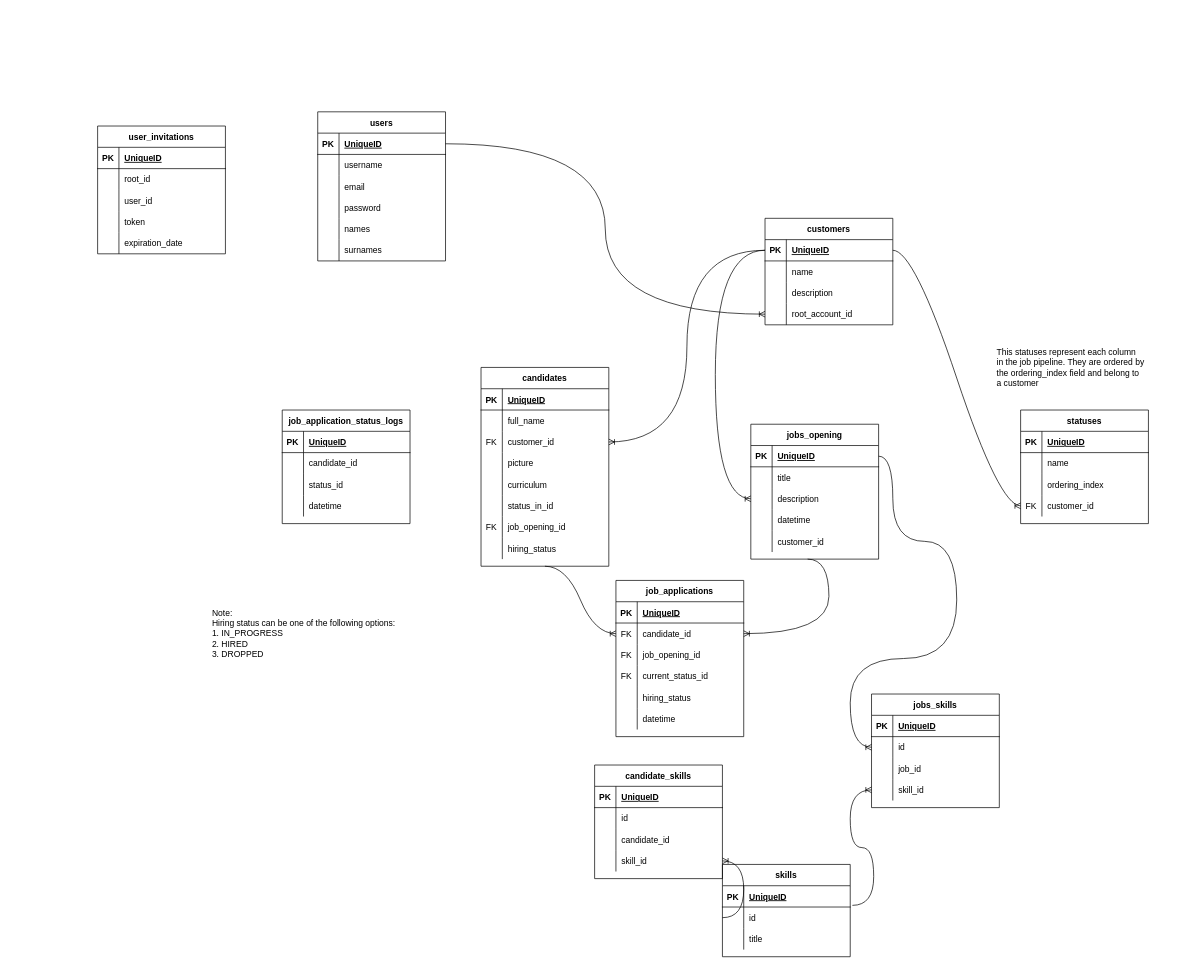
Before: Data Structure.drawio in choucoder/multi-tenant-ats, a draw.io diagram. Source tidied: cells renumbered, new cells numbered last; positions are measured from the earlier drawing's top-left corner, leaving out a move shared by most shapes. Both pictures are drawn from the tidied source at 71%, with x=0, y=0 at pixel (97, 111).
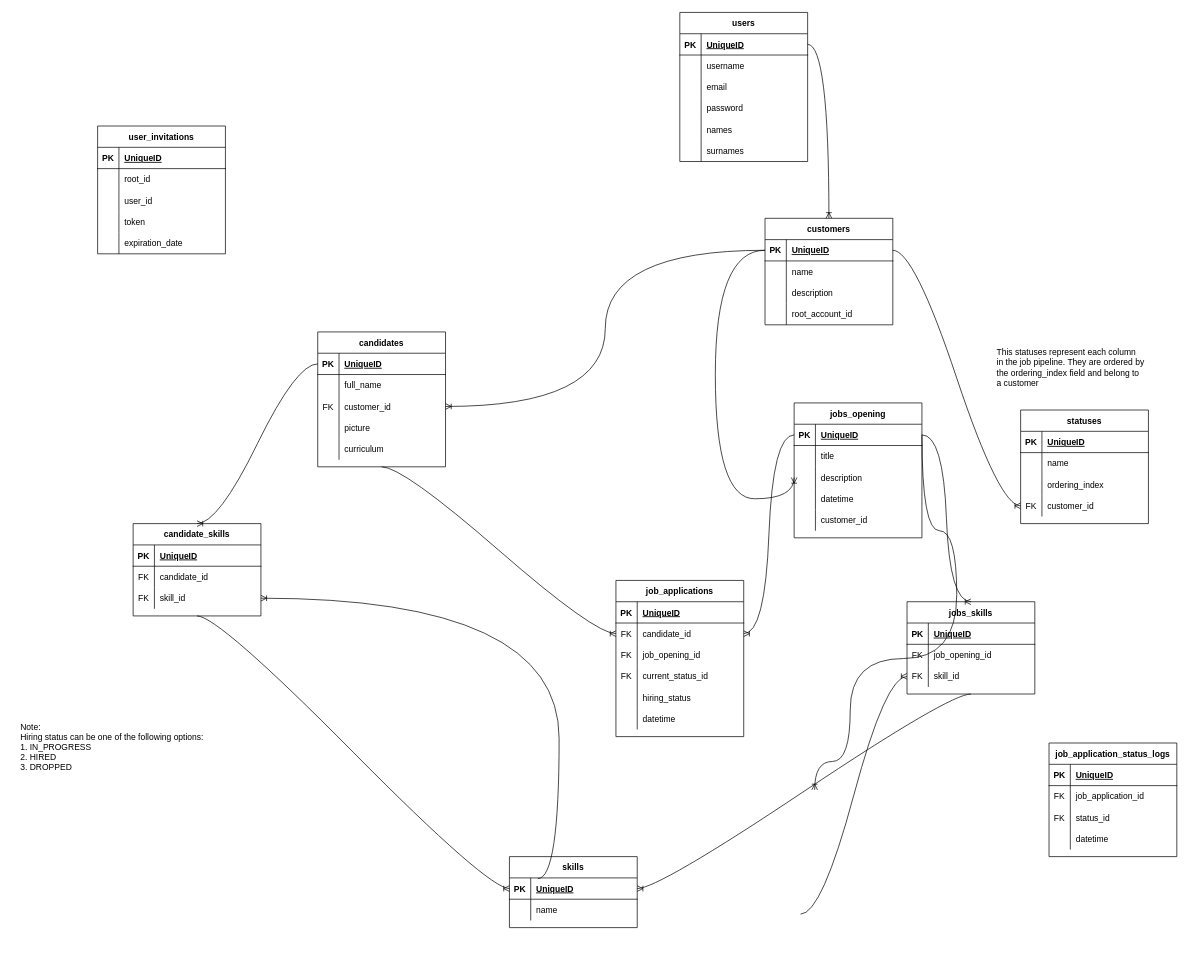
The same page after the edit.

The change refers to these unchanged cells:
```xml
<mxCell id="3" style="shape=tableRow;horizontal=0;startSize=0;swimlaneHead=0;swimlaneBody=0;fillColor=none;points=[[0,0.5],[1,0.5]];portConstraint=eastwest;top=0;left=0;right=0;bottom=1;" parent="2" vertex="1">
  <mxGeometry y="30" width="180" height="30" as="geometry" />
</mxCell>
<mxCell id="19" style="shape=tableRow;horizontal=0;startSize=0;swimlaneHead=0;swimlaneBody=0;fillColor=none;points=[[0,0.5],[1,0.5]];portConstraint=eastwest;top=0;left=0;right=0;bottom=1;" parent="18" vertex="1">
  <mxGeometry y="30" width="180" height="30" as="geometry" />
</mxCell>
<mxCell id="38" style="shape=tableRow;horizontal=0;startSize=0;swimlaneHead=0;swimlaneBody=0;fillColor=none;points=[[0,0.5],[1,0.5]];portConstraint=eastwest;top=0;left=0;right=0;bottom=1;" parent="37" vertex="1">
  <mxGeometry y="30" width="180" height="30" as="geometry" />
</mxCell>
<mxCell id="76" style="shape=tableRow;horizontal=0;startSize=0;swimlaneHead=0;swimlaneBody=0;fillColor=none;points=[[0,0.5],[1,0.5]];portConstraint=eastwest;top=0;left=0;right=0;bottom=1;" parent="75" vertex="1">
  <mxGeometry y="30" width="180" height="30" as="geometry" />
</mxCell>
<mxCell id="85" value="customers" style="shape=table;startSize=30;childLayout=tableLayout;rowLines=0;fontStyle=1;align=center;" parent="1" vertex="1">
  <mxGeometry x="940" y="150" width="180" height="150" as="geometry" />
</mxCell>
<mxCell id="95" style="shape=tableRow;horizontal=0;startSize=0;swimlaneHead=0;swimlaneBody=0;fillColor=none;points=[[0,0.5],[1,0.5]];portConstraint=eastwest;top=0;left=0;right=0;bottom=0;" parent="85" vertex="1">
  <mxGeometry y="120" width="180" height="30" as="geometry" />
</mxCell>
<mxCell id="105" style="shape=tableRow;horizontal=0;startSize=0;swimlaneHead=0;swimlaneBody=0;fillColor=none;top=0;left=0;right=0;bottom=0;" parent="101" vertex="1">
  <mxGeometry y="60" width="180" height="30" as="geometry" />
</mxCell>
<mxCell id="108" style="shape=tableRow;horizontal=0;startSize=0;swimlaneHead=0;swimlaneBody=0;fillColor=none;top=0;left=0;right=0;bottom=0;" parent="101" vertex="1">
  <mxGeometry y="90" width="180" height="30" as="geometry" />
</mxCell>
<mxCell id="166" style="shape=tableRow;horizontal=0;startSize=0;swimlaneHead=0;swimlaneBody=0;fillColor=none;points=[[0,0.5],[1,0.5]];portConstraint=eastwest;top=0;left=0;right=0;bottom=0;" parent="162" vertex="1">
  <mxGeometry y="60" width="180" height="30" as="geometry" />
</mxCell>
```

The edit, as a diff of the source:
```diff
@@
     <mxCell id="2" value="jobs_opening" style="shape=table;startSize=30;childLayout=tableLayout;rowLines=0;fontStyle=1;align=center;" parent="1" vertex="1">
-      <mxGeometry x="920" y="440" width="180" height="190" as="geometry" />
+      <mxGeometry x="981" y="410" width="180" height="190" as="geometry" />
     </mxCell>
@@
     <mxCell id="18" value="users" style="shape=table;startSize=30;childLayout=tableLayout;rowLines=0;fontStyle=1;align=center;" parent="1" vertex="1">
-      <mxGeometry x="310" width="180" height="210" as="geometry" />
+      <mxGeometry x="820" y="-140" width="180" height="210" as="geometry" />
     </mxCell>
@@
     <mxCell id="37" value="candidates" style="shape=table;startSize=30;childLayout=tableLayout;rowLines=0;fontStyle=1;align=center;" parent="1" vertex="1">
-      <mxGeometry x="540" y="360" width="180" height="280" as="geometry" />
+      <mxGeometry x="310" y="310" width="180" height="190" as="geometry" />
     </mxCell>
@@
-    <mxCell id="53" style="shape=tableRow;horizontal=0;startSize=0;swimlaneHead=0;swimlaneBody=0;fillColor=none;top=0;left=0;right=0;bottom=0;" parent="37" vertex="1">
-      <mxGeometry y="180" width="180" height="30" as="geometry" />
-    </mxCell>
-    <mxCell id="54" style="shape=partialRectangle;fillColor=none;top=0;left=0;bottom=0;right=0;overflow=hidden;" parent="53" vertex="1">
-      <mxGeometry width="30" height="30" as="geometry" />
-    </mxCell>
-    <mxCell id="55" value="status_in_id" style="shape=partialRectangle;fillColor=none;top=0;left=0;bottom=0;right=0;align=left;spacingLeft=6;overflow=hidden;" parent="53" vertex="1">
-      <mxGeometry x="30" width="150" height="30" as="geometry" />
-    </mxCell>
-    <mxCell id="56" style="shape=tableRow;horizontal=0;startSize=0;swimlaneHead=0;swimlaneBody=0;fillColor=none;top=0;left=0;right=0;bottom=0;" parent="37" vertex="1">
-      <mxGeometry y="210" width="180" height="30" as="geometry" />
-    </mxCell>
-    <mxCell id="57" value="FK" style="shape=partialRectangle;fillColor=none;top=0;left=0;bottom=0;right=0;overflow=hidden;" parent="56" vertex="1">
-      <mxGeometry width="30" height="30" as="geometry" />
-    </mxCell>
-    <mxCell id="58" value="job_opening_id" style="shape=partialRectangle;fillColor=none;top=0;left=0;bottom=0;right=0;align=left;spacingLeft=6;overflow=hidden;" parent="56" vertex="1">
-      <mxGeometry x="30" width="150" height="30" as="geometry" />
-    </mxCell>
-    <mxCell id="59" style="shape=tableRow;horizontal=0;startSize=0;swimlaneHead=0;swimlaneBody=0;fillColor=none;top=0;left=0;right=0;bottom=0;" parent="37" vertex="1">
-      <mxGeometry y="240" width="180" height="30" as="geometry" />
-    </mxCell>
-    <mxCell id="60" style="shape=partialRectangle;fillColor=none;top=0;left=0;bottom=0;right=0;overflow=hidden;" parent="59" vertex="1">
-      <mxGeometry width="30" height="30" as="geometry" />
-    </mxCell>
-    <mxCell id="61" value="hiring_status" style="shape=partialRectangle;fillColor=none;top=0;left=0;bottom=0;right=0;align=left;spacingLeft=6;overflow=hidden;" parent="59" vertex="1">
-      <mxGeometry x="30" width="150" height="30" as="geometry" />
-    </mxCell>
@@
     <mxCell id="75" value="skills" style="shape=table;startSize=30;childLayout=tableLayout;rowLines=0;fontStyle=1;align=center;" parent="1" vertex="1">
-      <mxGeometry x="880" y="1060" width="180" height="130" as="geometry" />
+      <mxGeometry x="580" y="1049" width="180" height="100" as="geometry" />
     </mxCell>
@@
-    <mxCell id="79" style="shape=tableRow;horizontal=0;startSize=0;swimlaneHead=0;swimlaneBody=0;fillColor=none;points=[[0,0.5],[1,0.5]];portConstraint=eastwest;top=0;left=0;right=0;bottom=0;" parent="75" vertex="1">
-      <mxGeometry y="60" width="180" height="30" as="geometry" />
-    </mxCell>
-    <mxCell id="80" style="shape=partialRectangle;fillColor=none;top=0;left=0;bottom=0;right=0;overflow=hidden;" parent="79" vertex="1">
-      <mxGeometry width="30" height="30" as="geometry" />
-    </mxCell>
-    <mxCell id="81" value="id" style="shape=partialRectangle;fillColor=none;top=0;left=0;bottom=0;right=0;align=left;spacingLeft=6;overflow=hidden;" parent="79" vertex="1">
-      <mxGeometry x="30" width="150" height="30" as="geometry" />
-    </mxCell>
     <mxCell id="82" style="shape=tableRow;horizontal=0;startSize=0;swimlaneHead=0;swimlaneBody=0;fillColor=none;top=0;left=0;right=0;bottom=0;" parent="75" vertex="1">
-      <mxGeometry y="90" width="180" height="30" as="geometry" />
+      <mxGeometry y="60" width="180" height="30" as="geometry" />
     </mxCell>
@@
-    <mxCell id="84" value="title" style="shape=partialRectangle;fillColor=none;top=0;left=0;bottom=0;right=0;align=left;spacingLeft=6;overflow=hidden;" parent="82" vertex="1">
+    <mxCell id="84" value="name" style="shape=partialRectangle;fillColor=none;top=0;left=0;bottom=0;right=0;align=left;spacingLeft=6;overflow=hidden;" parent="82" vertex="1">
       <mxGeometry x="30" width="150" height="30" as="geometry" />
     </mxCell>
@@
     <mxCell id="101" value="job_application_status_logs" style="shape=table;startSize=30;childLayout=tableLayout;rowLines=0;fontStyle=1;align=center;" parent="1" vertex="1">
-      <mxGeometry x="260" y="420" width="180" height="160" as="geometry" />
+      <mxGeometry x="1340" y="889" width="180" height="160" as="geometry" />
     </mxCell>
@@
-    <mxCell id="106" style="shape=partialRectangle;fillColor=none;top=0;left=0;bottom=0;right=0;overflow=hidden;" parent="105" vertex="1">
+    <mxCell id="106" value="FK" style="shape=partialRectangle;fillColor=none;top=0;left=0;bottom=0;right=0;overflow=hidden;" parent="105" vertex="1">
       <mxGeometry width="30" height="30" as="geometry" />
     </mxCell>
-    <mxCell id="107" value="candidate_id" style="shape=partialRectangle;fillColor=none;top=0;left=0;bottom=0;right=0;align=left;spacingLeft=6;overflow=hidden;" parent="105" vertex="1">
+    <mxCell id="107" value="job_application_id" style="shape=partialRectangle;fillColor=none;top=0;left=0;bottom=0;right=0;align=left;spacingLeft=6;overflow=hidden;" parent="105" vertex="1">
       <mxGeometry x="30" width="150" height="30" as="geometry" />
     </mxCell>
@@
-    <mxCell id="109" style="shape=partialRectangle;fillColor=none;top=0;left=0;bottom=0;right=0;overflow=hidden;" parent="108" vertex="1">
+    <mxCell id="109" value="FK" style="shape=partialRectangle;fillColor=none;top=0;left=0;bottom=0;right=0;overflow=hidden;" parent="108" vertex="1">
       <mxGeometry width="30" height="30" as="geometry" />
     </mxCell>
@@
-    <mxCell id="114" style="edgeStyle=orthogonalEdgeStyle;fontSize=12;html=1;endArrow=ERoneToMany;rounded=0;exitX=1;exitY=0.5;exitDx=0;exitDy=0;entryX=0;entryY=0.5;entryDx=0;entryDy=0;curved=1;" parent="1" edge="1" source="19" target="95">
+    <mxCell id="114" style="edgeStyle=orthogonalEdgeStyle;fontSize=12;html=1;endArrow=ERoneToMany;rounded=0;exitX=1;exitY=0.5;exitDx=0;exitDy=0;entryX=0.5;entryY=0;entryDx=0;entryDy=0;curved=1;" parent="1" edge="1" source="19" target="85">
       <mxGeometry relative="1" as="geometry" />
     </mxCell>
     <mxCell id="115" value="&lt;div style=&quot;text-align: left;&quot;&gt;&lt;span style=&quot;background-color: initial;&quot;&gt;Note:&lt;/span&gt;&lt;/div&gt;&lt;div style=&quot;text-align: left;&quot;&gt;&lt;span style=&quot;background-color: initial;&quot;&gt;Hiring status can be one of the following options:&lt;/span&gt;&lt;/div&gt;&lt;div style=&quot;text-align: left;&quot;&gt;&lt;span style=&quot;background-color: initial;&quot;&gt;1. IN_PROGRESS&lt;/span&gt;&lt;/div&gt;&lt;div style=&quot;text-align: left;&quot;&gt;&lt;span style=&quot;background-color: initial;&quot;&gt;2. HIRED&lt;/span&gt;&lt;/div&gt;&lt;div style=&quot;text-align: left;&quot;&gt;&lt;span style=&quot;background-color: initial;&quot;&gt;3. DROPPED&lt;/span&gt;&lt;/div&gt;" style="text;html=1;align=center;verticalAlign=middle;strokeColor=none;fillColor=none;" parent="1" vertex="1">
-      <mxGeometry x="150" y="690" width="280" height="90" as="geometry" />
+      <mxGeometry x="-120" y="850" width="280" height="90" as="geometry" />
     </mxCell>
@@
     <mxCell id="117" value="jobs_skills" style="shape=table;startSize=30;childLayout=tableLayout;rowLines=0;fontStyle=1;align=center;" parent="1" vertex="1">
-      <mxGeometry x="1090" y="820" width="180" height="160" as="geometry" />
+      <mxGeometry x="1140" y="690" width="180" height="130" as="geometry" />
     </mxCell>
@@
-    <mxCell id="121" style="shape=tableRow;horizontal=0;startSize=0;swimlaneHead=0;swimlaneBody=0;fillColor=none;points=[[0,0.5],[1,0.5]];portConstraint=eastwest;top=0;left=0;right=0;bottom=0;" parent="117" vertex="1">
-      <mxGeometry y="60" width="180" height="30" as="geometry" />
-    </mxCell>
-    <mxCell id="122" style="shape=partialRectangle;fillColor=none;top=0;left=0;bottom=0;right=0;overflow=hidden;" parent="121" vertex="1">
-      <mxGeometry width="30" height="30" as="geometry" />
-    </mxCell>
-    <mxCell id="123" value="id" style="shape=partialRectangle;fillColor=none;top=0;left=0;bottom=0;right=0;align=left;spacingLeft=6;overflow=hidden;" parent="121" vertex="1">
-      <mxGeometry x="30" width="150" height="30" as="geometry" />
-    </mxCell>
     <mxCell id="124" style="shape=tableRow;horizontal=0;startSize=0;swimlaneHead=0;swimlaneBody=0;fillColor=none;top=0;left=0;right=0;bottom=0;" parent="117" vertex="1">
-      <mxGeometry y="90" width="180" height="30" as="geometry" />
+      <mxGeometry y="60" width="180" height="30" as="geometry" />
     </mxCell>
-    <mxCell id="125" style="shape=partialRectangle;fillColor=none;top=0;left=0;bottom=0;right=0;overflow=hidden;" parent="124" vertex="1">
+    <mxCell id="125" value="FK" style="shape=partialRectangle;fillColor=none;top=0;left=0;bottom=0;right=0;overflow=hidden;" parent="124" vertex="1">
       <mxGeometry width="30" height="30" as="geometry" />
     </mxCell>
-    <mxCell id="126" value="job_id" style="shape=partialRectangle;fillColor=none;top=0;left=0;bottom=0;right=0;align=left;spacingLeft=6;overflow=hidden;" parent="124" vertex="1">
+    <mxCell id="126" value="job_opening_id" style="shape=partialRectangle;fillColor=none;top=0;left=0;bottom=0;right=0;align=left;spacingLeft=6;overflow=hidden;" parent="124" vertex="1">
       <mxGeometry x="30" width="150" height="30" as="geometry" />
     </mxCell>
     <mxCell id="127" style="shape=tableRow;horizontal=0;startSize=0;swimlaneHead=0;swimlaneBody=0;fillColor=none;points=[[0,0.5],[1,0.5]];portConstraint=eastwest;top=0;left=0;right=0;bottom=0;" parent="117" vertex="1">
-      <mxGeometry y="120" width="180" height="30" as="geometry" />
+      <mxGeometry y="90" width="180" height="30" as="geometry" />
     </mxCell>
-    <mxCell id="128" style="shape=partialRectangle;fillColor=none;top=0;left=0;bottom=0;right=0;overflow=hidden;" parent="127" vertex="1">
+    <mxCell id="128" value="FK" style="shape=partialRectangle;fillColor=none;top=0;left=0;bottom=0;right=0;overflow=hidden;" parent="127" vertex="1">
       <mxGeometry width="30" height="30" as="geometry" />
     </mxCell>
@@
     <mxCell id="130" value="candidate_skills" style="shape=table;startSize=30;childLayout=tableLayout;rowLines=0;fontStyle=1;align=center;" parent="1" vertex="1">
-      <mxGeometry x="700" y="920" width="180" height="160" as="geometry" />
+      <mxGeometry x="50" y="580" width="180" height="130" as="geometry" />
     </mxCell>
@@
-    <mxCell id="134" style="shape=tableRow;horizontal=0;startSize=0;swimlaneHead=0;swimlaneBody=0;fillColor=none;top=0;left=0;right=0;bottom=0;" parent="130" vertex="1">
-      <mxGeometry y="60" width="180" height="30" as="geometry" />
-    </mxCell>
-    <mxCell id="135" style="shape=partialRectangle;fillColor=none;top=0;left=0;bottom=0;right=0;overflow=hidden;" parent="134" vertex="1">
-      <mxGeometry width="30" height="30" as="geometry" />
-    </mxCell>
-    <mxCell id="136" value="id" style="shape=partialRectangle;fillColor=none;top=0;left=0;bottom=0;right=0;align=left;spacingLeft=6;overflow=hidden;" parent="134" vertex="1">
-      <mxGeometry x="30" width="150" height="30" as="geometry" />
-    </mxCell>
     <mxCell id="137" style="shape=tableRow;horizontal=0;startSize=0;swimlaneHead=0;swimlaneBody=0;fillColor=none;top=0;left=0;right=0;bottom=0;" parent="130" vertex="1">
-      <mxGeometry y="90" width="180" height="30" as="geometry" />
+      <mxGeometry y="60" width="180" height="30" as="geometry" />
     </mxCell>
-    <mxCell id="138" style="shape=partialRectangle;fillColor=none;top=0;left=0;bottom=0;right=0;overflow=hidden;" parent="137" vertex="1">
+    <mxCell id="138" value="FK" style="shape=partialRectangle;fillColor=none;top=0;left=0;bottom=0;right=0;overflow=hidden;" parent="137" vertex="1">
       <mxGeometry width="30" height="30" as="geometry" />
     </mxCell>
@@
     <mxCell id="140" style="shape=tableRow;horizontal=0;startSize=0;swimlaneHead=0;swimlaneBody=0;fillColor=none;points=[[0,0.5],[1,0.5]];portConstraint=eastwest;top=0;left=0;right=0;bottom=0;" parent="130" vertex="1">
-      <mxGeometry y="120" width="180" height="30" as="geometry" />
+      <mxGeometry y="90" width="180" height="30" as="geometry" />
     </mxCell>
-    <mxCell id="141" style="shape=partialRectangle;fillColor=none;top=0;left=0;bottom=0;right=0;overflow=hidden;" parent="140" vertex="1">
+    <mxCell id="141" value="FK" style="shape=partialRectangle;fillColor=none;top=0;left=0;bottom=0;right=0;overflow=hidden;" parent="140" vertex="1">
       <mxGeometry width="30" height="30" as="geometry" />
     </mxCell>
@@
-    <mxCell id="143" style="edgeStyle=orthogonalEdgeStyle;fontSize=12;html=1;endArrow=ERoneToMany;rounded=0;exitX=1;exitY=0.5;exitDx=0;exitDy=0;entryX=0;entryY=0.5;entryDx=0;entryDy=0;curved=1;" parent="1" edge="1" source="3" target="121">
+    <mxCell id="143" style="edgeStyle=orthogonalEdgeStyle;fontSize=12;html=1;endArrow=ERoneToMany;rounded=0;exitX=1;exitY=0.5;exitDx=0;exitDy=0;entryX=0;entryY=0.5;entryDx=0;entryDy=0;curved=1;" parent="1" edge="1" source="3">
       <mxGeometry relative="1" as="geometry">
+        <mxPoint x="1009.9" y="955" as="targetPoint" />
         <Array as="points">
-          <mxPoint x="1120" y="605" />
-          <mxPoint x="1210" y="605" />
+          <mxPoint x="1161" y="590" />
+          <mxPoint x="1210" y="590" />
           <mxPoint x="1210" y="770" />
           <mxPoint x="1060" y="770" />
-          <mxPoint x="1060" y="895" />
+          <mxPoint x="1060" y="915" />
         </Array>
       </mxGeometry>
     </mxCell>
-    <mxCell id="144" style="edgeStyle=entityRelationEdgeStyle;fontSize=12;html=1;endArrow=ERoneToMany;rounded=0;curved=1;entryX=0;entryY=0.5;entryDx=0;entryDy=0;exitX=1.017;exitY=-0.078;exitDx=0;exitDy=0;exitPerimeter=0;" parent="1" edge="1" source="79" target="127">
-      <mxGeometry relative="1" as="geometry" />
+    <mxCell id="144" style="edgeStyle=entityRelationEdgeStyle;fontSize=12;html=1;endArrow=ERoneToMany;rounded=0;curved=1;entryX=0;entryY=0.5;entryDx=0;entryDy=0;exitX=1.017;exitY=-0.078;exitDx=0;exitDy=0;exitPerimeter=0;" parent="1" edge="1" target="127">
+      <mxGeometry relative="1" as="geometry">
+        <mxPoint x="990" y="1130" as="sourcePoint" />
+      </mxGeometry>
     </mxCell>
-    <mxCell id="145" style="edgeStyle=entityRelationEdgeStyle;fontSize=12;html=1;endArrow=ERoneToMany;rounded=0;curved=1;entryX=1;entryY=0.5;entryDx=0;entryDy=0;exitX=0;exitY=0.5;exitDx=0;exitDy=0;" parent="1" edge="1" source="79" target="140">
-      <mxGeometry relative="1" as="geometry" />
+    <mxCell id="145" style="edgeStyle=entityRelationEdgeStyle;fontSize=12;html=1;endArrow=ERoneToMany;rounded=0;curved=1;entryX=1;entryY=0.5;entryDx=0;entryDy=0;exitX=0;exitY=0.5;exitDx=0;exitDy=0;" parent="1" edge="1" target="140">
+      <mxGeometry relative="1" as="geometry">
+        <mxPoint x="620" y="1080" as="sourcePoint" />
+      </mxGeometry>
     </mxCell>
@@
-    <mxCell id="181" style="edgeStyle=entityRelationEdgeStyle;fontSize=12;html=1;endArrow=ERoneToMany;rounded=0;curved=1;entryX=1;entryY=0.5;entryDx=0;entryDy=0;" parent="1" edge="1" target="166">
-      <mxGeometry relative="1" as="geometry">
-        <mxPoint x="1000" y="630" as="sourcePoint" />
-      </mxGeometry>
+    <mxCell id="181" style="edgeStyle=entityRelationEdgeStyle;fontSize=12;html=1;endArrow=ERoneToMany;rounded=0;curved=1;entryX=1;entryY=0.5;entryDx=0;entryDy=0;" parent="1" edge="1" source="3" target="166">
+      <mxGeometry relative="1" as="geometry" />
     </mxCell>
@@
+    <mxCell id="183" style="edgeStyle=entityRelationEdgeStyle;fontSize=12;html=1;endArrow=ERoneToMany;rounded=0;curved=1;entryX=0.5;entryY=0;entryDx=0;entryDy=0;exitX=1;exitY=0.5;exitDx=0;exitDy=0;" parent="1" edge="1" source="3" target="117">
+      <mxGeometry relative="1" as="geometry" />
+    </mxCell>
+    <mxCell id="184" style="edgeStyle=entityRelationEdgeStyle;fontSize=12;html=1;endArrow=ERoneToMany;rounded=0;curved=1;entryX=0.5;entryY=0;entryDx=0;entryDy=0;exitX=0;exitY=0.5;exitDx=0;exitDy=0;" parent="1" edge="1" source="38" target="130">
+      <mxGeometry relative="1" as="geometry" />
+    </mxCell>
+    <mxCell id="185" style="edgeStyle=entityRelationEdgeStyle;fontSize=12;html=1;endArrow=ERoneToMany;rounded=0;curved=1;exitX=0.5;exitY=1;exitDx=0;exitDy=0;" parent="1" edge="1" source="130" target="76">
+      <mxGeometry relative="1" as="geometry" />
+    </mxCell>
+    <mxCell id="186" style="edgeStyle=entityRelationEdgeStyle;fontSize=12;html=1;endArrow=ERoneToMany;rounded=0;curved=1;entryX=1;entryY=0.5;entryDx=0;entryDy=0;exitX=0.5;exitY=1;exitDx=0;exitDy=0;" parent="1" edge="1" source="117" target="76">
+      <mxGeometry relative="1" as="geometry" />
+    </mxCell>
```
